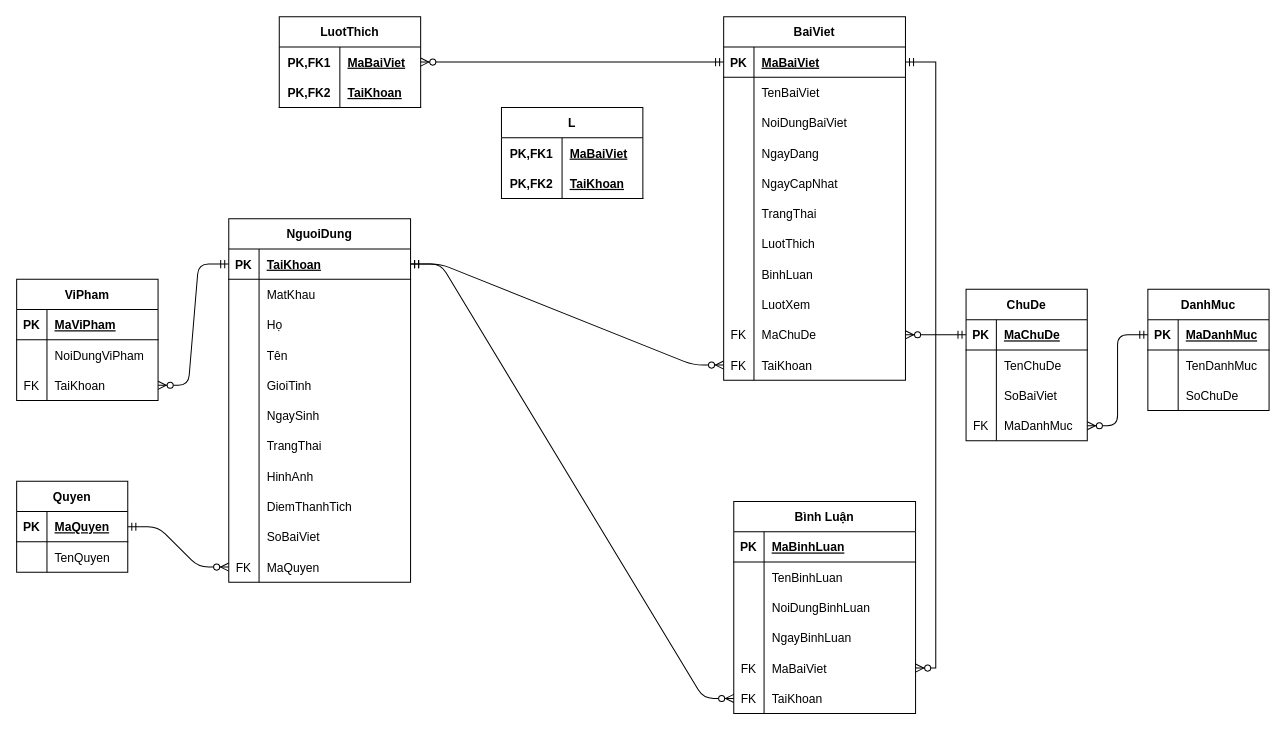
The draw.io diagram page "Page-2" (2 of 2) of Other/Diagram.drawio in phanvandinh99/Forum, before the edit. Source tidied: cells renumbered, new cells numbered last; positions are measured from the earlier drawing's top-left corner, leaving out a move shared by most shapes. Both pictures are drawn from the tidied source at 101%, with x=0, y=0 at pixel (16, 16).
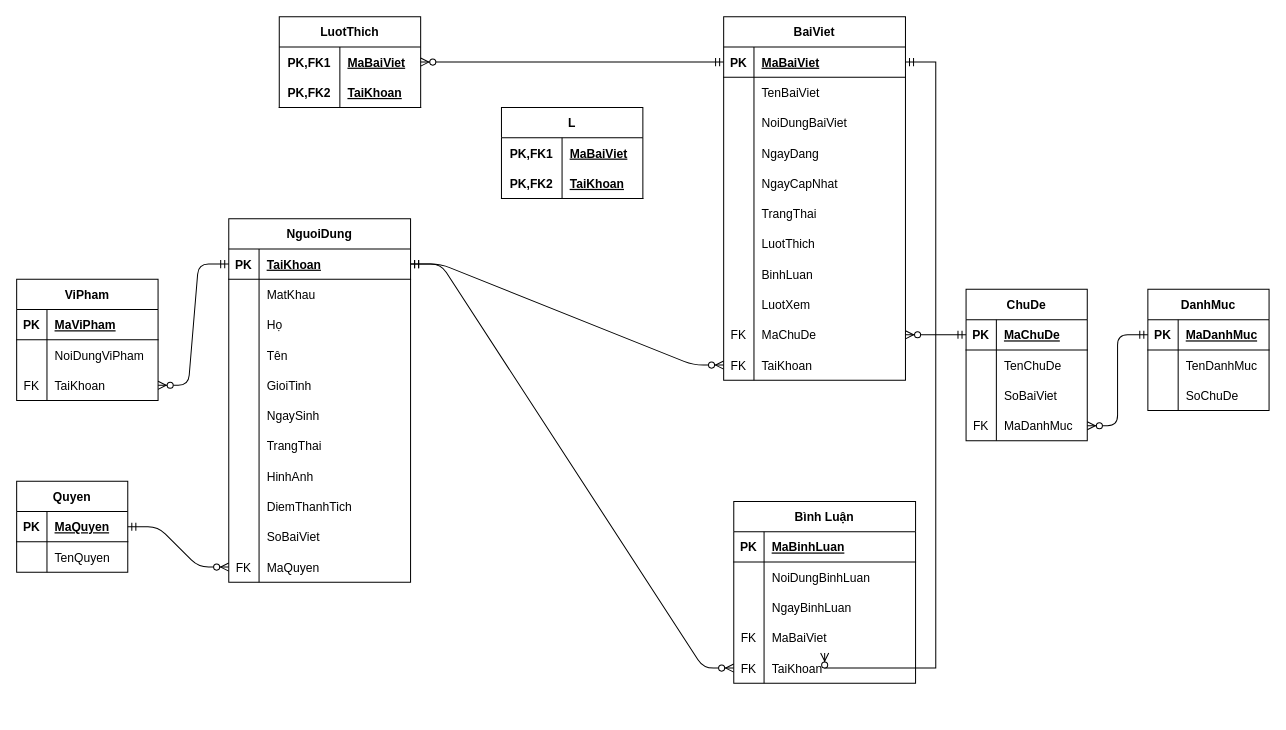
After the change.

What changed in the source:
```diff
@@
     <mxCell id="114" value="Bình Luận" style="shape=table;startSize=30;childLayout=tableLayout;rowLines=0;fontStyle=1;align=center;" parent="1" vertex="1">
-      <mxGeometry x="710" y="480" width="180" height="210" as="geometry" />
+      <mxGeometry x="710" y="480" width="180" height="180" as="geometry" />
     </mxCell>
@@
-    <mxCell id="118" style="shape=partialRectangle;fillColor=none;top=0;left=0;bottom=0;right=0;" parent="114" vertex="1">
-      <mxGeometry y="60" width="180" height="30" as="geometry" />
-    </mxCell>
-    <mxCell id="119" style="shape=partialRectangle;fillColor=none;top=0;left=0;bottom=0;right=0;overflow=hidden;" parent="118" vertex="1">
-      <mxGeometry width="30" height="30" as="geometry" />
-    </mxCell>
-    <mxCell id="120" value="TenBinhLuan" style="shape=partialRectangle;fillColor=none;top=0;left=0;bottom=0;right=0;align=left;spacingLeft=6;overflow=hidden;" parent="118" vertex="1">
-      <mxGeometry x="30" width="150" height="30" as="geometry" />
-    </mxCell>
     <mxCell id="121" style="shape=partialRectangle;fillColor=none;top=0;left=0;bottom=0;right=0;" parent="114" vertex="1">
-      <mxGeometry y="90" width="180" height="30" as="geometry" />
+      <mxGeometry y="60" width="180" height="30" as="geometry" />
     </mxCell>
@@
     <mxCell id="124" style="shape=partialRectangle;fillColor=none;top=0;left=0;bottom=0;right=0;" parent="114" vertex="1">
-      <mxGeometry y="120" width="180" height="30" as="geometry" />
+      <mxGeometry y="90" width="180" height="30" as="geometry" />
     </mxCell>
@@
     <mxCell id="127" style="shape=partialRectangle;fillColor=none;top=0;left=0;bottom=0;right=0;points=[[0,0.5],[1,0.5]];portConstraint=eastwest;" parent="114" vertex="1">
-      <mxGeometry y="150" width="180" height="30" as="geometry" />
+      <mxGeometry y="120" width="180" height="30" as="geometry" />
     </mxCell>
@@
     <mxCell id="130" style="shape=partialRectangle;fillColor=none;top=0;left=0;bottom=0;right=0;points=[[0,0.5],[1,0.5]];portConstraint=eastwest;" parent="114" vertex="1">
-      <mxGeometry y="180" width="180" height="30" as="geometry" />
+      <mxGeometry y="150" width="180" height="30" as="geometry" />
     </mxCell>
```
